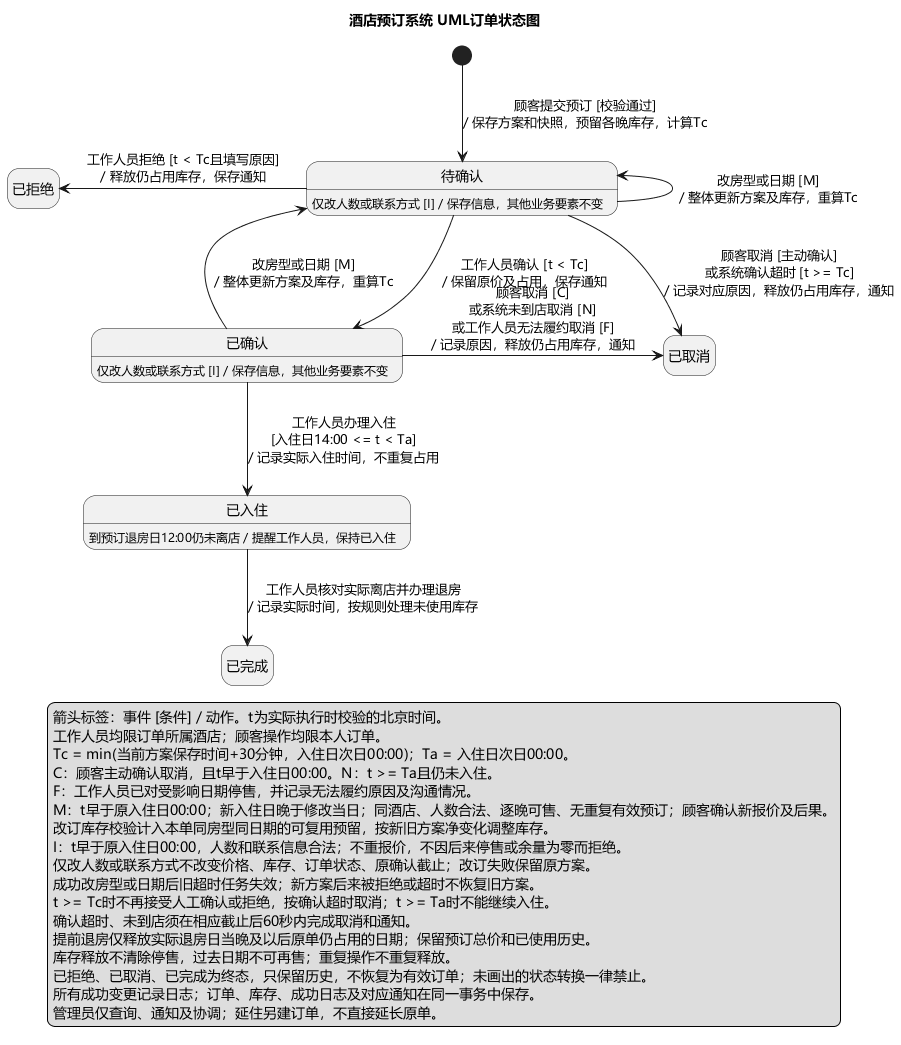
This is 实验二/UML/UML订单状态图.png from guyuezheng18-cell/-hotel-booking-labs, a PlantUML export, as it was before one commit. Its diagram source:
```plantuml
@startuml
title 酒店预订系统 UML订单状态图
top to bottom direction
hide empty description
skinparam shadowing false
skinparam defaultFontName Microsoft YaHei
skinparam nodesep 55
skinparam ranksep 60

state "待确认" as Pending
state "已确认" as Confirmed
state "已入住" as CheckedIn
state "已完成" as Completed
state "已拒绝" as Rejected
state "已取消" as Cancelled

[*] --> Pending : 顾客提交预订 [校验通过]\n/ 保存方案和快照，预留各晚库存，计算Tc

Pending -down-> Confirmed : 工作人员确认 [t < Tc]\n/ 保留原价及占用，保存通知
Pending -left-> Rejected : 工作人员拒绝 [t < Tc且填写原因]\n/ 释放仍占用库存，保存通知
Pending -right-> Cancelled : 顾客取消 [主动确认]\n或系统确认超时 [t >= Tc]\n/ 记录对应原因，释放仍占用库存，通知

Confirmed -down-> CheckedIn : 工作人员办理入住\n[入住日14:00 <= t < Ta]\n/ 记录实际入住时间，不重复占用
Confirmed -right-> Cancelled : 顾客取消 [C]\n或系统未到店取消 [N]\n或工作人员无法履约取消 [F]\n/ 记录原因，释放仍占用库存，通知
CheckedIn -down-> Completed : 工作人员核对实际离店并办理退房\n/ 记录实际时间，按规则处理未使用库存

Pending -left-> Pending : 改房型或日期 [M]\n/ 整体更新方案及库存，重算Tc
Confirmed -left-> Pending : 改房型或日期 [M]\n/ 整体更新方案及库存，重算Tc

Pending : 仅改人数或联系方式 [I] / 保存信息，其他业务要素不变
Confirmed : 仅改人数或联系方式 [I] / 保存信息，其他业务要素不变
CheckedIn : 到预订退房日12:00仍未离店 / 提醒工作人员，保持已入住

legend bottom
  箭头标签：事件 [条件] / 动作。t为实际执行时校验的北京时间。
  工作人员均限订单所属酒店；顾客操作均限本人订单。
  Tc = min(当前方案保存时间+30分钟，入住日次日00:00)；Ta = 入住日次日00:00。
  C：顾客主动确认取消，且t早于入住日00:00。N：t >= Ta且仍未入住。
  F：工作人员已对受影响日期停售，并记录无法履约原因及沟通情况。
  M：t早于原入住日00:00；新入住日晚于修改当日；同酒店、人数合法、逐晚可售、无重复有效预订；顾客确认新报价及后果。
  改订库存校验计入本单同房型同日期的可复用预留，按新旧方案净变化调整库存。
  I：t早于原入住日00:00，人数和联系信息合法；不重报价，不因后来停售或余量为零而拒绝。
  仅改人数或联系方式不改变价格、库存、订单状态、原确认截止；改订失败保留原方案。
  成功改房型或日期后旧超时任务失效；新方案后来被拒绝或超时不恢复旧方案。
  t >= Tc时不再接受人工确认或拒绝，按确认超时取消；t >= Ta时不能继续入住。
  确认超时、未到店须在相应截止后60秒内完成取消和通知。
  提前退房仅释放实际退房日当晚及以后原单仍占用的日期；保留预订总价和已使用历史。
  库存释放不清除停售，过去日期不可再售；重复操作不重复释放。
  已拒绝、已取消、已完成为终态，只保留历史，不恢复为有效订单；未画出的状态转换一律禁止。
  所有成功变更记录日志；订单、库存、成功日志及对应通知在同一事务中保存。
  管理员仅查询、通知及协调；延住另建订单，不直接延长原单。
endlegend
@enduml
```
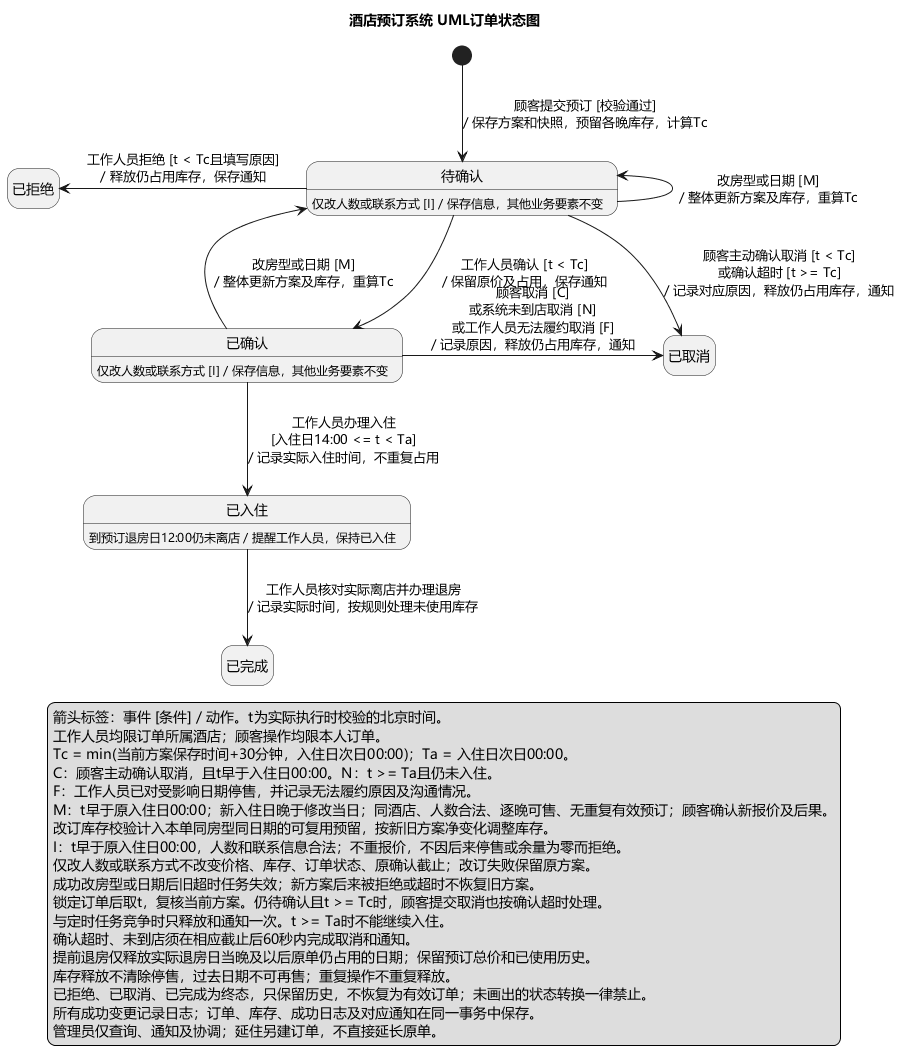
Later version of the same file.

The edit, as a diff of the source:
```diff
@@ -18,7 +18,7 @@
 
 Pending -down-> Confirmed : 工作人员确认 [t < Tc]\n/ 保留原价及占用，保存通知
 Pending -left-> Rejected : 工作人员拒绝 [t < Tc且填写原因]\n/ 释放仍占用库存，保存通知
-Pending -right-> Cancelled : 顾客取消 [主动确认]\n或系统确认超时 [t >= Tc]\n/ 记录对应原因，释放仍占用库存，通知
+Pending -right-> Cancelled : 顾客主动确认取消 [t < Tc]\n或确认超时 [t >= Tc]\n/ 记录对应原因，释放仍占用库存，通知
 
 Confirmed -down-> CheckedIn : 工作人员办理入住\n[入住日14:00 <= t < Ta]\n/ 记录实际入住时间，不重复占用
 Confirmed -right-> Cancelled : 顾客取消 [C]\n或系统未到店取消 [N]\n或工作人员无法履约取消 [F]\n/ 记录原因，释放仍占用库存，通知
@@ -42,7 +42,8 @@
   I：t早于原入住日00:00，人数和联系信息合法；不重报价，不因后来停售或余量为零而拒绝。
   仅改人数或联系方式不改变价格、库存、订单状态、原确认截止；改订失败保留原方案。
   成功改房型或日期后旧超时任务失效；新方案后来被拒绝或超时不恢复旧方案。
-  t >= Tc时不再接受人工确认或拒绝，按确认超时取消；t >= Ta时不能继续入住。
+  锁定订单后取t，复核当前方案。仍待确认且t >= Tc时，顾客提交取消也按确认超时处理。
+  与定时任务竞争时只释放和通知一次。t >= Ta时不能继续入住。
   确认超时、未到店须在相应截止后60秒内完成取消和通知。
   提前退房仅释放实际退房日当晚及以后原单仍占用的日期；保留预订总价和已使用历史。
   库存释放不清除停售，过去日期不可再售；重复操作不重复释放。
```
